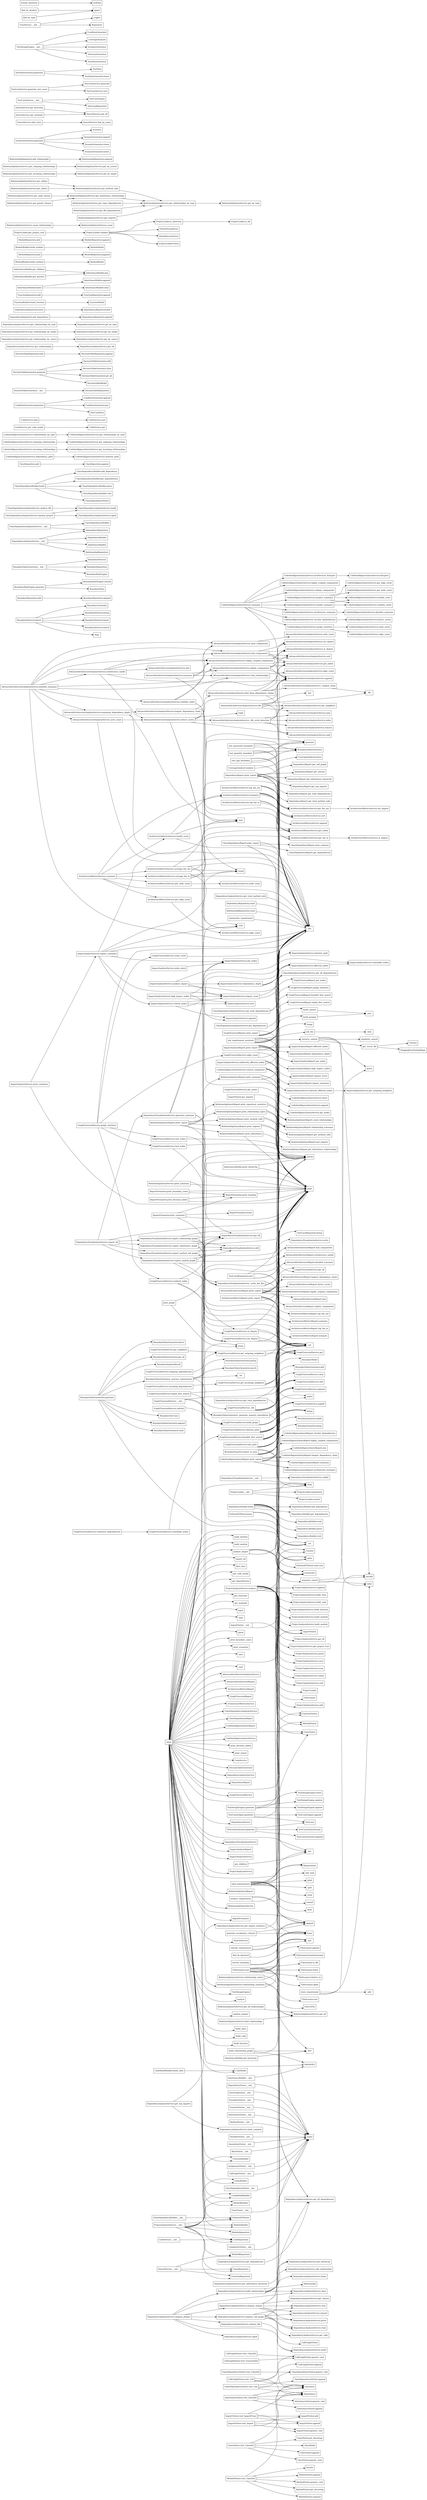
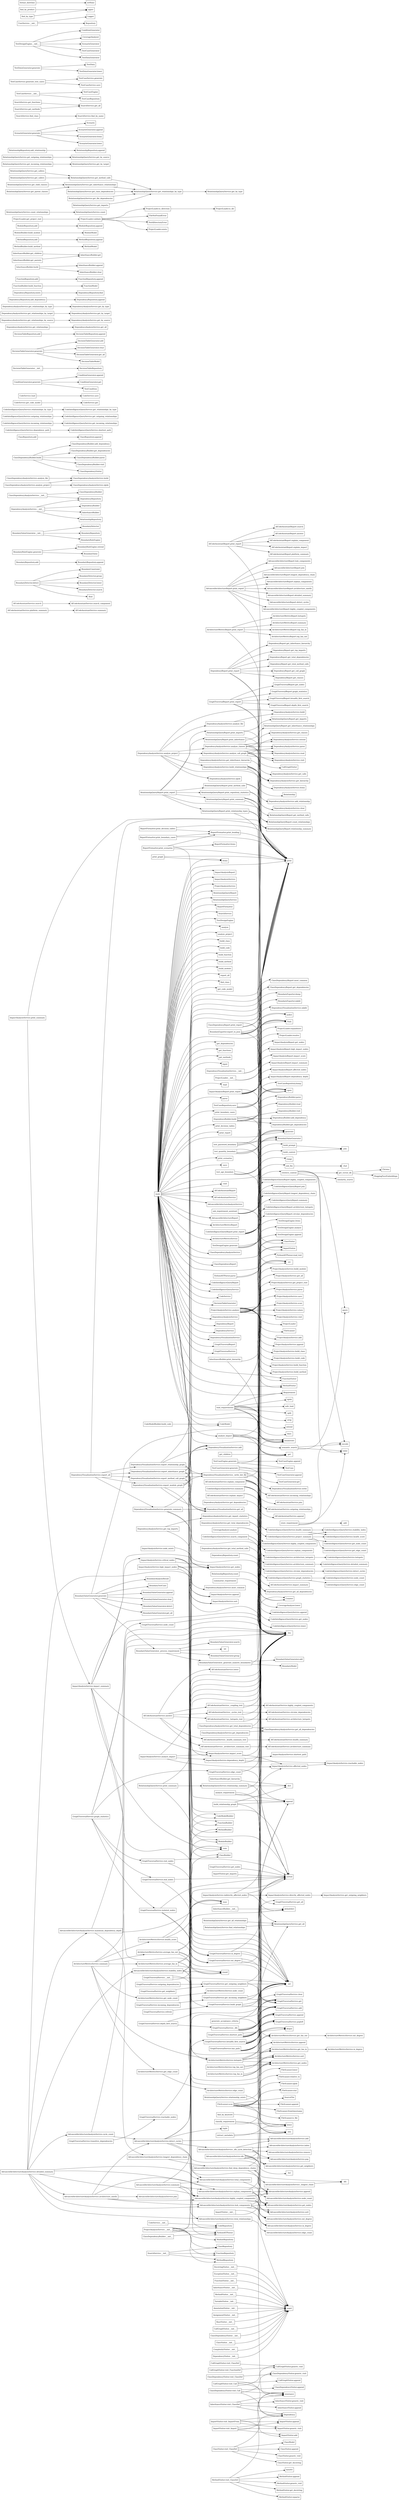
digraph "Method Call Graph" {
    rankdir=LR;
    node [shape=box];

+     "AICodeAssistantReport.print_report" -> "AICodeAssistantReport.answer";
+     "AICodeAssistantReport.print_report" -> "AICodeAssistantReport.explain_component";
+     "AICodeAssistantReport.print_report" -> "AICodeAssistantReport.explain_impact";
+     "AICodeAssistantReport.print_report" -> "AICodeAssistantReport.platform_summary";
+     "AICodeAssistantReport.print_report" -> "AICodeAssistantReport.search";
+     "AICodeAssistantReport.print_report" -> "print";
+     "AICodeAssistantService._architecture_summary_text" -> "AICodeAssistantService.architecture_summary";
+     "AICodeAssistantService._coupling_text" -> "AICodeAssistantService.highly_coupled_components";
+     "AICodeAssistantService._coupling_text" -> "len";
+     "AICodeAssistantService._cycles_text" -> "AICodeAssistantService.circular_dependencies";
+     "AICodeAssistantService._cycles_text" -> "len";
+     "AICodeAssistantService._health_summary_text" -> "AICodeAssistantService.health_summary";
+     "AICodeAssistantService._hotspots_text" -> "AICodeAssistantService.architecture_hotspots";
+     "AICodeAssistantService._hotspots_text" -> "len";
+     "AICodeAssistantService.answer" -> "AICodeAssistantService._architecture_summary_text";
+     "AICodeAssistantService.answer" -> "AICodeAssistantService._coupling_text";
+     "AICodeAssistantService.answer" -> "AICodeAssistantService._cycles_text";
+     "AICodeAssistantService.answer" -> "AICodeAssistantService._health_summary_text";
+     "AICodeAssistantService.answer" -> "AICodeAssistantService._hotspots_text";
+     "AICodeAssistantService.answer" -> "AICodeAssistantService.lower";
+     "AICodeAssistantService.explain_component" -> "AICodeAssistantService.append";
+     "AICodeAssistantService.explain_component" -> "AICodeAssistantService.incoming_relationships";
+     "AICodeAssistantService.explain_component" -> "AICodeAssistantService.join";
+     "AICodeAssistantService.explain_component" -> "AICodeAssistantService.outgoing_relationships";
+     "AICodeAssistantService.explain_component" -> "len";
+     "AICodeAssistantService.explain_impact" -> "AICodeAssistantService.impact_summary";
+     "AICodeAssistantService.explain_impact" -> "len";
+     "AICodeAssistantService.platform_summary" -> "AICodeAssistantService.summary";
+     "AICodeAssistantService.search" -> "AICodeAssistantService.search_component";
    "AdvancedArchitectureAnalysisService._dfs_cycle_detection" -> "AdvancedArchitectureAnalysisService.add";
    "AdvancedArchitectureAnalysisService._dfs_cycle_detection" -> "AdvancedArchitectureAnalysisService.append";
    "AdvancedArchitectureAnalysisService._dfs_cycle_detection" -> "AdvancedArchitectureAnalysisService.get_neighbors";
    "AdvancedArchitectureAnalysisService._dfs_cycle_detection" -> "AdvancedArchitectureAnalysisService.index";
    "AdvancedArchitectureAnalysisService._dfs_cycle_detection" -> "AdvancedArchitectureAnalysisService.pop";
    "AdvancedArchitectureAnalysisService._dfs_cycle_detection" -> "AdvancedArchitectureAnalysisService.remove";
    "AdvancedArchitectureAnalysisService._longest_chain" -> "dfs";
    "AdvancedArchitectureAnalysisService.architecture_smells" -> "AdvancedArchitectureAnalysisService.append";
    "AdvancedArchitectureAnalysisService.architecture_smells" -> "AdvancedArchitectureAnalysisService.detect_cycles";
    "AdvancedArchitectureAnalysisService.architecture_smells" -> "AdvancedArchitectureAnalysisService.highly_coupled_components";
    "AdvancedArchitectureAnalysisService.architecture_smells" -> "AdvancedArchitectureAnalysisService.hub_components";
    "AdvancedArchitectureAnalysisService.architecture_smells" -> "AdvancedArchitectureAnalysisService.join";
    "AdvancedArchitectureAnalysisService.cycle_count" -> "AdvancedArchitectureAnalysisService.detect_cycles";
    "AdvancedArchitectureAnalysisService.cycle_count" -> "len";
    "AdvancedArchitectureAnalysisService.detailed_summary" -> "AdvancedArchitectureAnalysisService.architecture_smells";
    "AdvancedArchitectureAnalysisService.detailed_summary" -> "AdvancedArchitectureAnalysisService.cycle_count";
    "AdvancedArchitectureAnalysisService.detailed_summary" -> "AdvancedArchitectureAnalysisService.highly_coupled_components";
    "AdvancedArchitectureAnalysisService.detailed_summary" -> "AdvancedArchitectureAnalysisService.hub_components";
    "AdvancedArchitectureAnalysisService.detailed_summary" -> "AdvancedArchitectureAnalysisService.maximum_dependency_depth";
    "AdvancedArchitectureAnalysisService.detailed_summary" -> "AdvancedArchitectureAnalysisService.orphan_components";
    "AdvancedArchitectureAnalysisService.detailed_summary" -> "AdvancedArchitectureAnalysisService.stability_index";
    "AdvancedArchitectureAnalysisService.detailed_summary" -> "AdvancedArchitectureAnalysisService.total_components";
    "AdvancedArchitectureAnalysisService.detailed_summary" -> "AdvancedArchitectureAnalysisService.total_relationships";
    "AdvancedArchitectureAnalysisService.detailed_summary" -> "len";
    "AdvancedArchitectureAnalysisService.detect_cycles" -> "AdvancedArchitectureAnalysisService._dfs_cycle_detection";
    "AdvancedArchitectureAnalysisService.detect_cycles" -> "AdvancedArchitectureAnalysisService.add";
    "AdvancedArchitectureAnalysisService.detect_cycles" -> "AdvancedArchitectureAnalysisService.append";
    "AdvancedArchitectureAnalysisService.detect_cycles" -> "AdvancedArchitectureAnalysisService.get_nodes";
    "AdvancedArchitectureAnalysisService.detect_cycles" -> "set";
    "AdvancedArchitectureAnalysisService.detect_cycles" -> "sorted";
    "AdvancedArchitectureAnalysisService.detect_cycles" -> "tuple";
    "AdvancedArchitectureAnalysisService.dfs" -> "AdvancedArchitectureAnalysisService.append";
    "AdvancedArchitectureAnalysisService.dfs" -> "AdvancedArchitectureAnalysisService.get_neighbors";
    "AdvancedArchitectureAnalysisService.dfs" -> "AdvancedArchitectureAnalysisService.pop";
    "AdvancedArchitectureAnalysisService.dfs" -> "dfs";
    "AdvancedArchitectureAnalysisService.dfs" -> "len";
    "AdvancedArchitectureAnalysisService.dfs" -> "list";
    "AdvancedArchitectureAnalysisService.find_deep_dependency_chains" -> "AdvancedArchitectureAnalysisService._longest_chain";
    "AdvancedArchitectureAnalysisService.find_deep_dependency_chains" -> "AdvancedArchitectureAnalysisService.append";
    "AdvancedArchitectureAnalysisService.find_deep_dependency_chains" -> "AdvancedArchitectureAnalysisService.get_nodes";
    "AdvancedArchitectureAnalysisService.find_deep_dependency_chains" -> "AdvancedArchitectureAnalysisService.sort";
    "AdvancedArchitectureAnalysisService.find_deep_dependency_chains" -> "len";
    "AdvancedArchitectureAnalysisService.highly_coupled_components" -> "AdvancedArchitectureAnalysisService.append";
    "AdvancedArchitectureAnalysisService.highly_coupled_components" -> "AdvancedArchitectureAnalysisService.get_nodes";
    "AdvancedArchitectureAnalysisService.highly_coupled_components" -> "AdvancedArchitectureAnalysisService.in_degree";
    "AdvancedArchitectureAnalysisService.highly_coupled_components" -> "AdvancedArchitectureAnalysisService.out_degree";
    "AdvancedArchitectureAnalysisService.highly_coupled_components" -> "AdvancedArchitectureAnalysisService.sort";
    "AdvancedArchitectureAnalysisService.hub_components" -> "AdvancedArchitectureAnalysisService.append";
    "AdvancedArchitectureAnalysisService.hub_components" -> "AdvancedArchitectureAnalysisService.get_nodes";
    "AdvancedArchitectureAnalysisService.hub_components" -> "AdvancedArchitectureAnalysisService.in_degree";
    "AdvancedArchitectureAnalysisService.hub_components" -> "AdvancedArchitectureAnalysisService.out_degree";
    "AdvancedArchitectureAnalysisService.hub_components" -> "AdvancedArchitectureAnalysisService.sort";
    "AdvancedArchitectureAnalysisService.longest_dependency_chain" -> "AdvancedArchitectureAnalysisService.find_deep_dependency_chains";
    "AdvancedArchitectureAnalysisService.maximum_dependency_depth" -> "AdvancedArchitectureAnalysisService.longest_dependency_chain";
    "AdvancedArchitectureAnalysisService.maximum_dependency_depth" -> "len";
    "AdvancedArchitectureAnalysisService.maximum_dependency_depth" -> "max";
    "AdvancedArchitectureAnalysisService.orphan_components" -> "AdvancedArchitectureAnalysisService.append";
    "AdvancedArchitectureAnalysisService.orphan_components" -> "AdvancedArchitectureAnalysisService.get_nodes";
    "AdvancedArchitectureAnalysisService.orphan_components" -> "AdvancedArchitectureAnalysisService.in_degree";
    "AdvancedArchitectureAnalysisService.orphan_components" -> "AdvancedArchitectureAnalysisService.out_degree";
    "AdvancedArchitectureAnalysisService.orphan_components" -> "sorted";
    "AdvancedArchitectureAnalysisService.stability_index" -> "AdvancedArchitectureAnalysisService.highly_coupled_components";
    "AdvancedArchitectureAnalysisService.stability_index" -> "AdvancedArchitectureAnalysisService.total_components";
    "AdvancedArchitectureAnalysisService.stability_index" -> "len";
    "AdvancedArchitectureAnalysisService.stability_index" -> "max";
    "AdvancedArchitectureAnalysisService.stability_index" -> "round";
    "AdvancedArchitectureAnalysisService.summary" -> "AdvancedArchitectureAnalysisService.highly_coupled_components";
    "AdvancedArchitectureAnalysisService.summary" -> "AdvancedArchitectureAnalysisService.orphan_components";
    "AdvancedArchitectureAnalysisService.summary" -> "AdvancedArchitectureAnalysisService.total_components";
    "AdvancedArchitectureAnalysisService.summary" -> "AdvancedArchitectureAnalysisService.total_relationships";
    "AdvancedArchitectureAnalysisService.summary" -> "len";
    "AdvancedArchitectureAnalysisService.total_components" -> "AdvancedArchitectureAnalysisService.node_count";
    "AdvancedArchitectureAnalysisService.total_relationships" -> "AdvancedArchitectureAnalysisService.edge_count";
    "AdvancedArchitectureReport.print_report" -> "AdvancedArchitectureReport.architecture_smells";
    "AdvancedArchitectureReport.print_report" -> "AdvancedArchitectureReport.detailed_summary";
    "AdvancedArchitectureReport.print_report" -> "AdvancedArchitectureReport.detect_cycles";
    "AdvancedArchitectureReport.print_report" -> "AdvancedArchitectureReport.highly_coupled_components";
    "AdvancedArchitectureReport.print_report" -> "AdvancedArchitectureReport.hub_components";
    "AdvancedArchitectureReport.print_report" -> "AdvancedArchitectureReport.join";
    "AdvancedArchitectureReport.print_report" -> "AdvancedArchitectureReport.longest_dependency_chain";
    "AdvancedArchitectureReport.print_report" -> "AdvancedArchitectureReport.orphan_components";
    "AdvancedArchitectureReport.print_report" -> "print";
    "AnnotationVisitor.__init__" -> "super";
    "ArchitectureMetricsReport.print_report" -> "ArchitectureMetricsReport.hotspots";
    "ArchitectureMetricsReport.print_report" -> "ArchitectureMetricsReport.summary";
    "ArchitectureMetricsReport.print_report" -> "ArchitectureMetricsReport.top_fan_in";
    "ArchitectureMetricsReport.print_report" -> "ArchitectureMetricsReport.top_fan_out";
    "ArchitectureMetricsReport.print_report" -> "print";
    "ArchitectureMetricsService.average_fan_in" -> "ArchitectureMetricsService.get_fan_in";
    "ArchitectureMetricsService.average_fan_in" -> "ArchitectureMetricsService.get_nodes";
    "ArchitectureMetricsService.average_fan_in" -> "len";
    "ArchitectureMetricsService.average_fan_in" -> "round";
    "ArchitectureMetricsService.average_fan_in" -> "sum";
    "ArchitectureMetricsService.average_fan_out" -> "ArchitectureMetricsService.get_fan_out";
    "ArchitectureMetricsService.average_fan_out" -> "ArchitectureMetricsService.get_nodes";
    "ArchitectureMetricsService.average_fan_out" -> "len";
    "ArchitectureMetricsService.average_fan_out" -> "round";
    "ArchitectureMetricsService.average_fan_out" -> "sum";
    "ArchitectureMetricsService.get_edge_count" -> "ArchitectureMetricsService.edge_count";
    "ArchitectureMetricsService.get_fan_in" -> "ArchitectureMetricsService.in_degree";
    "ArchitectureMetricsService.get_fan_out" -> "ArchitectureMetricsService.out_degree";
    "ArchitectureMetricsService.get_node_count" -> "ArchitectureMetricsService.node_count";
    "ArchitectureMetricsService.health_score" -> "ArchitectureMetricsService.hotspots";
    "ArchitectureMetricsService.health_score" -> "len";
    "ArchitectureMetricsService.health_score" -> "max";
    "ArchitectureMetricsService.hotspots" -> "ArchitectureMetricsService.append";
    "ArchitectureMetricsService.hotspots" -> "ArchitectureMetricsService.get_fan_in";
    "ArchitectureMetricsService.hotspots" -> "ArchitectureMetricsService.get_fan_out";
    "ArchitectureMetricsService.hotspots" -> "ArchitectureMetricsService.get_nodes";
    "ArchitectureMetricsService.hotspots" -> "ArchitectureMetricsService.sort";
    "ArchitectureMetricsService.summary" -> "ArchitectureMetricsService.average_fan_in";
    "ArchitectureMetricsService.summary" -> "ArchitectureMetricsService.average_fan_out";
    "ArchitectureMetricsService.summary" -> "ArchitectureMetricsService.get_edge_count";
    "ArchitectureMetricsService.summary" -> "ArchitectureMetricsService.get_node_count";
    "ArchitectureMetricsService.summary" -> "ArchitectureMetricsService.health_score";
    "ArchitectureMetricsService.summary" -> "ArchitectureMetricsService.hotspots";
    "ArchitectureMetricsService.summary" -> "len";
    "ArchitectureMetricsService.top_fan_in" -> "ArchitectureMetricsService.get_fan_in";
    "ArchitectureMetricsService.top_fan_in" -> "ArchitectureMetricsService.get_nodes";
    "ArchitectureMetricsService.top_fan_in" -> "ArchitectureMetricsService.sort";
    "ArchitectureMetricsService.top_fan_out" -> "ArchitectureMetricsService.get_fan_out";
    "ArchitectureMetricsService.top_fan_out" -> "ArchitectureMetricsService.get_nodes";
    "ArchitectureMetricsService.top_fan_out" -> "ArchitectureMetricsService.sort";
    "AssignmentVisitor.__init__" -> "super";
    "BaseVisitor.__init__" -> "super";
    "BoundaryDetector.detect" -> "BoundaryConstraint";
    "BoundaryDetector.detect" -> "BoundaryDetector.group";
    "BoundaryDetector.detect" -> "BoundaryDetector.lower";
    "BoundaryDetector.detect" -> "BoundaryDetector.search";
    "BoundaryDetector.detect" -> "float";
    "BoundaryExporter.export_to_json" -> "BoundaryExporter.dump";
    "BoundaryExporter.export_to_json" -> "BoundaryExporter.mkdir";
    "BoundaryExporter.export_to_json" -> "Path";
    "BoundaryExporter.export_to_json" -> "asdict";
    "BoundaryExporter.export_to_json" -> "open";
    "BoundaryExporter.export_to_json" -> "print";
    "BoundaryRepository.add" -> "BoundaryRepository.append";
    "BoundaryRuleEngine.generate" -> "BoundaryRuleEngine.extend";
    "BoundaryRuleEngine.generate" -> "BoundaryValue";
    "BoundaryValueGenerator.__init__" -> "BoundaryDetector";
    "BoundaryValueGenerator.__init__" -> "BoundaryRepository";
    "BoundaryValueGenerator.__init__" -> "BoundaryRuleEngine";
    "BoundaryValueGenerator._generate_numeric_boundaries" -> "BoundaryModel";
    "BoundaryValueGenerator._generate_numeric_boundaries" -> "BoundaryValueGenerator.add";
    "BoundaryValueGenerator._generate_numeric_boundaries" -> "str";
    "BoundaryValueGenerator._process_requirement" -> "BoundaryValueGenerator._generate_numeric_boundaries";
    "BoundaryValueGenerator._process_requirement" -> "BoundaryValueGenerator.group";
    "BoundaryValueGenerator._process_requirement" -> "BoundaryValueGenerator.search";
    "BoundaryValueGenerator._process_requirement" -> "int";
    "BoundaryValueGenerator.generate" -> "BoundaryAnalysisResult";
    "BoundaryValueGenerator.generate" -> "BoundaryTestCase";
    "BoundaryValueGenerator.generate" -> "BoundaryValueGenerator._process_requirement";
    "BoundaryValueGenerator.generate" -> "BoundaryValueGenerator.append";
    "BoundaryValueGenerator.generate" -> "BoundaryValueGenerator.clear";
    "BoundaryValueGenerator.generate" -> "BoundaryValueGenerator.detect";
    "BoundaryValueGenerator.generate" -> "BoundaryValueGenerator.get_all";
    "BoundaryValueGenerator.generate" -> "enumerate";
    "CallGraphVisitor.__init__" -> "super";
    "CallGraphVisitor.visit_Call" -> "CallGraphVisitor.append";
    "CallGraphVisitor.visit_Call" -> "CallGraphVisitor.generic_visit";
    "CallGraphVisitor.visit_Call" -> "Dependency";
    "CallGraphVisitor.visit_Call" -> "isinstance";
    "CallGraphVisitor.visit_ClassDef" -> "CallGraphVisitor.generic_visit";
    "CallGraphVisitor.visit_FunctionDef" -> "CallGraphVisitor.generic_visit";
    "ClassDependencyAnalysisService.__init__" -> "ClassDependencyBuilder";
    "ClassDependencyAnalysisService.__init__" -> "DependencyRepository";
    "ClassDependencyAnalysisService.analyze_file" -> "ClassDependencyAnalysisService.build";
    "ClassDependencyAnalysisService.analyze_project" -> "ClassDependencyAnalysisService.build";
    "ClassDependencyAnalysisService.analyze_project" -> "ClassDependencyAnalysisService.rglob";
    "ClassDependencyAnalysisService.get_dependencies" -> "ClassDependencyAnalysisService.get_all_dependencies";
    "ClassDependencyAnalysisService.get_total_dependencies" -> "ClassDependencyAnalysisService.get_all_dependencies";
    "ClassDependencyAnalysisService.get_total_dependencies" -> "len";
    "ClassDependencyBuilder.__init__" -> "PythonASTParser";
    "ClassDependencyBuilder.build" -> "ClassDependencyBuilder.add_dependency";
    "ClassDependencyBuilder.build" -> "ClassDependencyBuilder.get_dependencies";
    "ClassDependencyBuilder.build" -> "ClassDependencyBuilder.parse";
    "ClassDependencyBuilder.build" -> "ClassDependencyBuilder.visit";
    "ClassDependencyBuilder.build" -> "ClassDependencyVisitor";
    "ClassDependencyReport.print_report" -> "ClassDependencyReport.get_dependencies";
    "ClassDependencyReport.print_report" -> "ClassDependencyReport.most_common";
    "ClassDependencyReport.print_report" -> "Counter";
    "ClassDependencyReport.print_report" -> "len";
    "ClassDependencyReport.print_report" -> "print";
    "ClassDependencyVisitor.__init__" -> "super";
    "ClassDependencyVisitor.visit_Call" -> "ClassDependencyVisitor.append";
    "ClassDependencyVisitor.visit_Call" -> "ClassDependencyVisitor.generic_visit";
    "ClassDependencyVisitor.visit_Call" -> "Dependency";
    "ClassDependencyVisitor.visit_Call" -> "isinstance";
    "ClassDependencyVisitor.visit_ClassDef" -> "ClassDependencyVisitor.generic_visit";
    "ClassRepository.add" -> "ClassRepository.append";
    "ClassVisitor.__init__" -> "super";
    "ClassVisitor.visit_ClassDef" -> "ClassModel";
    "ClassVisitor.visit_ClassDef" -> "ClassVisitor.append";
    "ClassVisitor.visit_ClassDef" -> "ClassVisitor.generic_visit";
    "ClassVisitor.visit_ClassDef" -> "ClassVisitor.get_docstring";
    "ClassVisitor.visit_ClassDef" -> "isinstance";
    "CodeIntelligenceQueryReport.print_report" -> "CodeIntelligenceQueryReport.architecture_hotspots";
    "CodeIntelligenceQueryReport.print_report" -> "CodeIntelligenceQueryReport.circular_dependencies";
    "CodeIntelligenceQueryReport.print_report" -> "CodeIntelligenceQueryReport.highly_coupled_components";
    "CodeIntelligenceQueryReport.print_report" -> "CodeIntelligenceQueryReport.join";
    "CodeIntelligenceQueryReport.print_report" -> "CodeIntelligenceQueryReport.longest_dependency_chain";
    "CodeIntelligenceQueryReport.print_report" -> "CodeIntelligenceQueryReport.summary";
    "CodeIntelligenceQueryReport.print_report" -> "print";
    "CodeIntelligenceQueryService.architecture_hotspots" -> "CodeIntelligenceQueryService.hotspots";
    "CodeIntelligenceQueryService.architecture_summary" -> "CodeIntelligenceQueryService.detailed_summary";
    "CodeIntelligenceQueryService.circular_dependencies" -> "CodeIntelligenceQueryService.detect_cycles";
    "CodeIntelligenceQueryService.dependency_path" -> "CodeIntelligenceQueryService.shortest_path";
    "CodeIntelligenceQueryService.graph_statistics" -> "CodeIntelligenceQueryService.edge_count";
    "CodeIntelligenceQueryService.graph_statistics" -> "CodeIntelligenceQueryService.node_count";
    "CodeIntelligenceQueryService.health_summary" -> "CodeIntelligenceQueryService.health_score";
    "CodeIntelligenceQueryService.health_summary" -> "CodeIntelligenceQueryService.stability_index";
    "CodeIntelligenceQueryService.incoming_relationships" -> "CodeIntelligenceQueryService.get_incoming_relationships";
    "CodeIntelligenceQueryService.outgoing_relationships" -> "CodeIntelligenceQueryService.get_outgoing_relationships";
    "CodeIntelligenceQueryService.project_summary" -> "CodeIntelligenceQueryService.get_edge_count";
    "CodeIntelligenceQueryService.project_summary" -> "CodeIntelligenceQueryService.get_node_count";
    "CodeIntelligenceQueryService.project_summary" -> "CodeIntelligenceQueryService.health_score";
    "CodeIntelligenceQueryService.project_summary" -> "CodeIntelligenceQueryService.stability_index";
    "CodeIntelligenceQueryService.relationships_by_type" -> "CodeIntelligenceQueryService.get_relationships_by_type";
    "CodeIntelligenceQueryService.search_component" -> "CodeIntelligenceQueryService.append";
    "CodeIntelligenceQueryService.search_component" -> "CodeIntelligenceQueryService.get_nodes";
    "CodeIntelligenceQueryService.search_component" -> "CodeIntelligenceQueryService.lower";
    "CodeIntelligenceQueryService.search_component" -> "sorted";
    "CodeIntelligenceQueryService.summary" -> "CodeIntelligenceQueryService.architecture_hotspots";
    "CodeIntelligenceQueryService.summary" -> "CodeIntelligenceQueryService.architecture_summary";
    "CodeIntelligenceQueryService.summary" -> "CodeIntelligenceQueryService.circular_dependencies";
    "CodeIntelligenceQueryService.summary" -> "CodeIntelligenceQueryService.graph_statistics";
    "CodeIntelligenceQueryService.summary" -> "CodeIntelligenceQueryService.health_summary";
    "CodeIntelligenceQueryService.summary" -> "CodeIntelligenceQueryService.highly_coupled_components";
    "CodeIntelligenceQueryService.summary" -> "CodeIntelligenceQueryService.orphan_components";
    "CodeIntelligenceQueryService.summary" -> "CodeIntelligenceQueryService.project_summary";
    "CodeIntelligenceQueryService.summary" -> "len";
    "CodeModelBuilder.build_code" -> "CodeModel";
    "CodeService.__init__" -> "CodeRepository";
    "CodeService.get_code_model" -> "CodeService.get";
    "CodeService.load" -> "CodeService.save";
    "ComplexityVisitor.__init__" -> "super";
    "ConditionGenerator.generate" -> "ConditionGenerator.append";
    "ConditionGenerator.generate" -> "ConditionGenerator.get";
    "ConditionGenerator.generate" -> "TestCondition";
    "CoverageAnalyzer.analyze" -> "CoverageAnalyzer.lower";
    "CoverageAnalyzer.analyze" -> "len";
    "DecisionTableGenerator.__init__" -> "DecisionTableRepository";
    "DecisionTableGenerator.generate" -> "DecisionTableGenerator.add";
    "DecisionTableGenerator.generate" -> "DecisionTableGenerator.clear";
    "DecisionTableGenerator.generate" -> "DecisionTableGenerator.get_all";
    "DecisionTableGenerator.generate" -> "DecisionTableModel";
    "DecisionTableRepository.add" -> "DecisionTableRepository.append";
    "DependencyAnalysisService.__init__" -> "DependencyBuilder";
    "DependencyAnalysisService.__init__" -> "DependencyRepository";
    "DependencyAnalysisService.__init__" -> "InheritanceBuilder";
    "DependencyAnalysisService.__init__" -> "RelationshipRepository";
    "DependencyAnalysisService.analyze_call_graph" -> "CallGraphVisitor";
    "DependencyAnalysisService.analyze_call_graph" -> "DependencyAnalysisService.extend";
    "DependencyAnalysisService.analyze_call_graph" -> "DependencyAnalysisService.get_calls";
    "DependencyAnalysisService.analyze_call_graph" -> "DependencyAnalysisService.parse";
    "DependencyAnalysisService.analyze_call_graph" -> "DependencyAnalysisService.read";
    "DependencyAnalysisService.analyze_call_graph" -> "DependencyAnalysisService.visit";
    "DependencyAnalysisService.analyze_call_graph" -> "open";
    "DependencyAnalysisService.analyze_classes" -> "ClassVisitor";
    "DependencyAnalysisService.analyze_classes" -> "DependencyAnalysisService.extend";
    "DependencyAnalysisService.analyze_classes" -> "DependencyAnalysisService.get_classes";
    "DependencyAnalysisService.analyze_classes" -> "DependencyAnalysisService.parse";
    "DependencyAnalysisService.analyze_classes" -> "DependencyAnalysisService.read";
    "DependencyAnalysisService.analyze_classes" -> "DependencyAnalysisService.visit";
    "DependencyAnalysisService.analyze_classes" -> "open";
    "DependencyAnalysisService.analyze_file" -> "DependencyAnalysisService.build";
    "DependencyAnalysisService.analyze_project" -> "DependencyAnalysisService.analyze_call_graph";
    "DependencyAnalysisService.analyze_project" -> "DependencyAnalysisService.analyze_classes";
    "DependencyAnalysisService.analyze_project" -> "DependencyAnalysisService.analyze_file";
    "DependencyAnalysisService.analyze_project" -> "DependencyAnalysisService.build";
    "DependencyAnalysisService.analyze_project" -> "DependencyAnalysisService.build_relationships";
    "DependencyAnalysisService.analyze_project" -> "DependencyAnalysisService.clear";
    "DependencyAnalysisService.analyze_project" -> "DependencyAnalysisService.rglob";
    "DependencyAnalysisService.build_relationships" -> "DependencyAnalysisService.add_relationship";
    "DependencyAnalysisService.build_relationships" -> "DependencyAnalysisService.clear";
    "DependencyAnalysisService.build_relationships" -> "DependencyAnalysisService.get_all_dependencies";
    "DependencyAnalysisService.build_relationships" -> "DependencyAnalysisService.get_hierarchy";
    "DependencyAnalysisService.build_relationships" -> "DependencyAnalysisService.items";
    "DependencyAnalysisService.build_relationships" -> "Relationship";
    "DependencyAnalysisService.get_dependencies" -> "DependencyAnalysisService.get_all_dependencies";
    "DependencyAnalysisService.get_import_statistics" -> "Counter";
    "DependencyAnalysisService.get_import_statistics" -> "DependencyAnalysisService.get_all_dependencies";
    "DependencyAnalysisService.get_inheritance_hierarchy" -> "DependencyAnalysisService.get_hierarchy";
    "DependencyAnalysisService.get_relationships" -> "DependencyAnalysisService.get_all";
    "DependencyAnalysisService.get_relationships_by_source" -> "DependencyAnalysisService.get_by_source";
    "DependencyAnalysisService.get_relationships_by_target" -> "DependencyAnalysisService.get_by_target";
    "DependencyAnalysisService.get_relationships_by_type" -> "DependencyAnalysisService.get_by_type";
    "DependencyAnalysisService.get_top_imports" -> "DependencyAnalysisService.get_import_statistics";
    "DependencyAnalysisService.get_top_imports" -> "DependencyAnalysisService.most_common";
    "DependencyAnalysisService.get_total_dependencies" -> "DependencyAnalysisService.get_all_dependencies";
    "DependencyAnalysisService.get_total_dependencies" -> "len";
    "DependencyAnalysisService.get_total_method_calls" -> "len";
    "DependencyBuilder.build" -> "DependencyBuilder.add_dependency";
    "DependencyBuilder.build" -> "DependencyBuilder.get_dependencies";
    "DependencyBuilder.build" -> "DependencyBuilder.parse";
    "DependencyBuilder.build" -> "DependencyBuilder.read";
    "DependencyBuilder.build" -> "DependencyBuilder.visit";
    "DependencyBuilder.build" -> "ImportVisitor";
    "DependencyBuilder.build" -> "open";
    "DependencyBuilder.build" -> "str";
    "DependencyReport.print_report" -> "DependencyReport.get_call_graph";
    "DependencyReport.print_report" -> "DependencyReport.get_classes";
    "DependencyReport.print_report" -> "DependencyReport.get_inheritance_hierarchy";
    "DependencyReport.print_report" -> "DependencyReport.get_top_imports";
    "DependencyReport.print_report" -> "DependencyReport.get_total_dependencies";
    "DependencyReport.print_report" -> "DependencyReport.get_total_method_calls";
    "DependencyReport.print_report" -> "len";
    "DependencyReport.print_report" -> "print";
    "DependencyReport.print_report" -> "sorted";
    "DependencyRepository.add_dependency" -> "DependencyRepository.append";
    "DependencyRepository.count" -> "len";
    "DependencyRepository.exists" -> "DependencyRepository.find";
    "DependencyVisitor.__init__" -> "super";
    "DependencyVisualizationService.__init__" -> "DependencyVisualizationService.mkdir";
    "DependencyVisualizationService.__init__" -> "Path";
    "DependencyVisualizationService._write_dot_file" -> "DependencyVisualizationService.write";
    "DependencyVisualizationService._write_dot_file" -> "open";
    "DependencyVisualizationService._write_dot_file" -> "sorted";
    "DependencyVisualizationService.export_all" -> "DependencyVisualizationService.export_inheritance_graph";
    "DependencyVisualizationService.export_all" -> "DependencyVisualizationService.export_method_call_graph";
    "DependencyVisualizationService.export_all" -> "DependencyVisualizationService.export_module_graph";
    "DependencyVisualizationService.export_all" -> "DependencyVisualizationService.export_relationship_graph";
    "DependencyVisualizationService.export_all" -> "DependencyVisualizationService.generate_summary";
    "DependencyVisualizationService.export_all" -> "print";
    "DependencyVisualizationService.export_inheritance_graph" -> "DependencyVisualizationService._write_dot_file";
    "DependencyVisualizationService.export_inheritance_graph" -> "DependencyVisualizationService.add";
    "DependencyVisualizationService.export_inheritance_graph" -> "DependencyVisualizationService.get_all";
    "DependencyVisualizationService.export_inheritance_graph" -> "print";
    "DependencyVisualizationService.export_inheritance_graph" -> "set";
    "DependencyVisualizationService.export_method_call_graph" -> "DependencyVisualizationService._write_dot_file";
    "DependencyVisualizationService.export_method_call_graph" -> "DependencyVisualizationService.add";
    "DependencyVisualizationService.export_method_call_graph" -> "DependencyVisualizationService.get_all";
    "DependencyVisualizationService.export_method_call_graph" -> "print";
    "DependencyVisualizationService.export_method_call_graph" -> "set";
    "DependencyVisualizationService.export_module_graph" -> "DependencyVisualizationService._write_dot_file";
    "DependencyVisualizationService.export_module_graph" -> "DependencyVisualizationService.add";
    "DependencyVisualizationService.export_module_graph" -> "DependencyVisualizationService.get_all";
    "DependencyVisualizationService.export_module_graph" -> "print";
    "DependencyVisualizationService.export_module_graph" -> "set";
    "DependencyVisualizationService.export_relationship_graph" -> "DependencyVisualizationService._write_dot_file";
    "DependencyVisualizationService.export_relationship_graph" -> "DependencyVisualizationService.add";
    "DependencyVisualizationService.export_relationship_graph" -> "DependencyVisualizationService.get_all";
    "DependencyVisualizationService.export_relationship_graph" -> "print";
    "DependencyVisualizationService.export_relationship_graph" -> "set";
    "DependencyVisualizationService.generate_summary" -> "DependencyVisualizationService.get_all";
    "DependencyVisualizationService.generate_summary" -> "len";
    "DependencyVisualizationService.generate_summary" -> "print";
    "DependencyVisualizationService.generate_summary" -> "sum";
    "DocstringVisitor.__init__" -> "super";
    "ExceptionVisitor.__init__" -> "super";
    "FileScanner.scan" -> "FileScanner.append";
    "FileScanner.scan" -> "FileScanner.fromtimestamp";
    "FileScanner.scan" -> "FileScanner.is_file";
    "FileScanner.scan" -> "FileScanner.lower";
    "FileScanner.scan" -> "FileScanner.relative_to";
    "FileScanner.scan" -> "FileScanner.rglob";
    "FileScanner.scan" -> "FileScanner.stat";
    "FileScanner.scan" -> "SourceFile";
    "FileScanner.scan" -> "any";
    "FunctionBuilder.build_function" -> "FunctionModel";
    "FunctionRepository.add" -> "FunctionRepository.append";
    "FunctionVisitor.__init__" -> "super";
    "GraphTraversalReport.print_report" -> "GraphTraversalReport.breadth_first_search";
    "GraphTraversalReport.print_report" -> "GraphTraversalReport.depth_first_search";
    "GraphTraversalReport.print_report" -> "GraphTraversalReport.get_nodes";
    "GraphTraversalReport.print_report" -> "GraphTraversalReport.graph_statistics";
    "GraphTraversalReport.print_report" -> "len";
    "GraphTraversalReport.print_report" -> "print";
    "GraphTraversalService.__init__" -> "GraphTraversalService.build_graph";
    "GraphTraversalService.__init__" -> "defaultdict";
    "GraphTraversalService.__init__" -> "set";
    "GraphTraversalService._dfs" -> "GraphTraversalService.add";
    "GraphTraversalService._dfs" -> "GraphTraversalService.append";
    "GraphTraversalService._dfs" -> "GraphTraversalService.get";
    "GraphTraversalService._dfs" -> "set";
    "GraphTraversalService._dfs" -> "sorted";
    "GraphTraversalService.breadth_first_search" -> "GraphTraversalService.add";
    "GraphTraversalService.breadth_first_search" -> "GraphTraversalService.append";
    "GraphTraversalService.breadth_first_search" -> "GraphTraversalService.get";
    "GraphTraversalService.breadth_first_search" -> "GraphTraversalService.popleft";
    "GraphTraversalService.breadth_first_search" -> "deque";
    "GraphTraversalService.breadth_first_search" -> "set";
    "GraphTraversalService.breadth_first_search" -> "sorted";
    "GraphTraversalService.build_graph" -> "GraphTraversalService.add";
    "GraphTraversalService.build_graph" -> "GraphTraversalService.clear";
    "GraphTraversalService.build_graph" -> "GraphTraversalService.get_all";
    "GraphTraversalService.depth_first_search" -> "GraphTraversalService._dfs";
    "GraphTraversalService.depth_first_search" -> "set";
    "GraphTraversalService.edge_count" -> "GraphTraversalService.get_all";
    "GraphTraversalService.edge_count" -> "len";
    "GraphTraversalService.get_incoming_neighbors" -> "GraphTraversalService.get";
    "GraphTraversalService.get_incoming_neighbors" -> "set";
    "GraphTraversalService.get_incoming_neighbors" -> "sorted";
    "GraphTraversalService.get_neighbors" -> "GraphTraversalService.get_outgoing_neighbors";
    "GraphTraversalService.get_nodes" -> "sorted";
    "GraphTraversalService.get_outgoing_neighbors" -> "GraphTraversalService.get";
    "GraphTraversalService.get_outgoing_neighbors" -> "set";
    "GraphTraversalService.get_outgoing_neighbors" -> "sorted";
    "GraphTraversalService.graph_statistics" -> "GraphTraversalService.edge_count";
    "GraphTraversalService.graph_statistics" -> "GraphTraversalService.isolated_nodes";
    "GraphTraversalService.graph_statistics" -> "GraphTraversalService.leaf_nodes";
    "GraphTraversalService.graph_statistics" -> "GraphTraversalService.node_count";
    "GraphTraversalService.graph_statistics" -> "GraphTraversalService.root_nodes";
    "GraphTraversalService.graph_statistics" -> "len";
    "GraphTraversalService.has_path" -> "GraphTraversalService.add";
    "GraphTraversalService.has_path" -> "GraphTraversalService.append";
    "GraphTraversalService.has_path" -> "GraphTraversalService.get";
    "GraphTraversalService.has_path" -> "GraphTraversalService.popleft";
    "GraphTraversalService.has_path" -> "deque";
    "GraphTraversalService.has_path" -> "set";
    "GraphTraversalService.in_degree" -> "GraphTraversalService.get";
    "GraphTraversalService.in_degree" -> "len";
    "GraphTraversalService.in_degree" -> "set";
    "GraphTraversalService.incoming_dependencies" -> "GraphTraversalService.get_incoming_neighbors";
    "GraphTraversalService.isolated_nodes" -> "GraphTraversalService.in_degree";
    "GraphTraversalService.isolated_nodes" -> "GraphTraversalService.out_degree";
    "GraphTraversalService.isolated_nodes" -> "sorted";
    "GraphTraversalService.leaf_nodes" -> "GraphTraversalService.out_degree";
    "GraphTraversalService.leaf_nodes" -> "sorted";
    "GraphTraversalService.node_count" -> "len";
    "GraphTraversalService.out_degree" -> "GraphTraversalService.get";
    "GraphTraversalService.out_degree" -> "len";
    "GraphTraversalService.out_degree" -> "set";
    "GraphTraversalService.outgoing_dependencies" -> "GraphTraversalService.get_outgoing_neighbors";
    "GraphTraversalService.reachable_nodes" -> "GraphTraversalService.breadth_first_search";
    "GraphTraversalService.refresh" -> "GraphTraversalService.build_graph";
    "GraphTraversalService.root_nodes" -> "GraphTraversalService.in_degree";
    "GraphTraversalService.root_nodes" -> "sorted";
    "GraphTraversalService.shortest_path" -> "GraphTraversalService.add";
    "GraphTraversalService.shortest_path" -> "GraphTraversalService.append";
    "GraphTraversalService.shortest_path" -> "GraphTraversalService.get";
    "GraphTraversalService.shortest_path" -> "GraphTraversalService.popleft";
    "GraphTraversalService.shortest_path" -> "deque";
    "GraphTraversalService.shortest_path" -> "set";
    "GraphTraversalService.shortest_path" -> "sorted";
    "GraphTraversalService.transitive_dependencies" -> "GraphTraversalService.reachable_nodes";
    "ImpactAnalysisReport.print_report" -> "ImpactAnalysisReport.affected_nodes";
    "ImpactAnalysisReport.print_report" -> "ImpactAnalysisReport.dependency_depth";
    "ImpactAnalysisReport.print_report" -> "ImpactAnalysisReport.get_nodes";
    "ImpactAnalysisReport.print_report" -> "ImpactAnalysisReport.high_impact_nodes";
    "ImpactAnalysisReport.print_report" -> "ImpactAnalysisReport.impact_score";
    "ImpactAnalysisReport.print_report" -> "ImpactAnalysisReport.impact_summary";
    "ImpactAnalysisReport.print_report" -> "len";
    "ImpactAnalysisReport.print_report" -> "print";
    "ImpactAnalysisService.affected_nodes" -> "ImpactAnalysisService.reachable_nodes";
    "ImpactAnalysisService.analyze_impact" -> "ImpactAnalysisService.affected_nodes";
    "ImpactAnalysisService.analyze_impact" -> "ImpactAnalysisService.dependency_depth";
    "ImpactAnalysisService.analyze_impact" -> "ImpactAnalysisService.impact_score";
    "ImpactAnalysisService.analyze_impact" -> "len";
    "ImpactAnalysisService.critical_nodes" -> "ImpactAnalysisService.append";
    "ImpactAnalysisService.critical_nodes" -> "ImpactAnalysisService.get_nodes";
    "ImpactAnalysisService.critical_nodes" -> "ImpactAnalysisService.impact_score";
    "ImpactAnalysisService.critical_nodes" -> "ImpactAnalysisService.sort";
    "ImpactAnalysisService.dependency_depth" -> "ImpactAnalysisService.reachable_nodes";
    "ImpactAnalysisService.dependency_depth" -> "ImpactAnalysisService.shortest_path";
    "ImpactAnalysisService.dependency_depth" -> "len";
    "ImpactAnalysisService.directly_affected_nodes" -> "ImpactAnalysisService.get_outgoing_neighbors";
    "ImpactAnalysisService.high_impact_nodes" -> "ImpactAnalysisService.append";
    "ImpactAnalysisService.high_impact_nodes" -> "ImpactAnalysisService.get_nodes";
    "ImpactAnalysisService.high_impact_nodes" -> "ImpactAnalysisService.impact_score";
    "ImpactAnalysisService.high_impact_nodes" -> "ImpactAnalysisService.sort";
    "ImpactAnalysisService.impact_score" -> "ImpactAnalysisService.affected_nodes";
    "ImpactAnalysisService.impact_score" -> "len";
    "ImpactAnalysisService.impact_summary" -> "ImpactAnalysisService.critical_nodes";
    "ImpactAnalysisService.impact_summary" -> "ImpactAnalysisService.get_nodes";
    "ImpactAnalysisService.impact_summary" -> "ImpactAnalysisService.impact_score";
    "ImpactAnalysisService.impact_summary" -> "len";
    "ImpactAnalysisService.impact_summary" -> "max";
    "ImpactAnalysisService.impact_summary" -> "round";
    "ImpactAnalysisService.impact_summary" -> "sum";
    "ImpactAnalysisService.indirectly_affected_nodes" -> "ImpactAnalysisService.affected_nodes";
    "ImpactAnalysisService.indirectly_affected_nodes" -> "ImpactAnalysisService.directly_affected_nodes";
    "ImpactAnalysisService.indirectly_affected_nodes" -> "set";
    "ImpactAnalysisService.indirectly_affected_nodes" -> "sorted";
    "ImpactAnalysisService.node_exists" -> "ImpactAnalysisService.get_nodes";
    "ImpactAnalysisService.print_summary" -> "ImpactAnalysisService.impact_summary";
    "ImpactAnalysisService.print_summary" -> "print";
    "ImportVisitor.__init__" -> "set";
    "ImportVisitor.__init__" -> "super";
    "ImportVisitor.get_imports" -> "sorted";
    "ImportVisitor.visit_Import" -> "Dependency";
    "ImportVisitor.visit_Import" -> "ImportVisitor.add";
    "ImportVisitor.visit_Import" -> "ImportVisitor.append";
    "ImportVisitor.visit_Import" -> "ImportVisitor.generic_visit";
    "ImportVisitor.visit_ImportFrom" -> "Dependency";
    "ImportVisitor.visit_ImportFrom" -> "ImportVisitor.add";
    "ImportVisitor.visit_ImportFrom" -> "ImportVisitor.append";
    "ImportVisitor.visit_ImportFrom" -> "ImportVisitor.generic_visit";
    "InheritanceBuilder.__init__" -> "defaultdict";
    "InheritanceBuilder.build" -> "InheritanceBuilder.append";
    "InheritanceBuilder.build" -> "InheritanceBuilder.clear";
    "InheritanceBuilder.get_children" -> "InheritanceBuilder.get";
    "InheritanceBuilder.get_hierarchy" -> "dict";
    "InheritanceBuilder.get_parents" -> "InheritanceBuilder.get";
    "InheritanceBuilder.print_hierarchy" -> "print";
    "InheritanceBuilder.print_hierarchy" -> "sorted";
    "InheritanceVisitor.__init__" -> "super";
    "InheritanceVisitor.visit_ClassDef" -> "Dependency";
    "InheritanceVisitor.visit_ClassDef" -> "InheritanceVisitor.append";
    "InheritanceVisitor.visit_ClassDef" -> "InheritanceVisitor.generic_visit";
    "InheritanceVisitor.visit_ClassDef" -> "isinstance";
    "MethodBuilder.build_method" -> "MethodModel";
    "MethodRepository.add" -> "MethodRepository.append";
    "MethodVisitor.__init__" -> "super";
    "MethodVisitor.visit_ClassDef" -> "MethodVisitor.append";
    "MethodVisitor.visit_ClassDef" -> "MethodVisitor.generic_visit";
    "MethodVisitor.visit_ClassDef" -> "MethodVisitor.get_docstring";
    "MethodVisitor.visit_ClassDef" -> "MethodVisitor.unparse";
    "MethodVisitor.visit_ClassDef" -> "hasattr";
    "MethodVisitor.visit_ClassDef" -> "isinstance";
    "ModuleBuilder.build_module" -> "ModuleModel";
    "ModuleRepository.add" -> "ModuleRepository.append";
    "ProjectAnalysisService.__init__" -> "ClassBuilder";
    "ProjectAnalysisService.__init__" -> "ClassRepository";
    "ProjectAnalysisService.__init__" -> "CodeModelBuilder";
    "ProjectAnalysisService.__init__" -> "CodeRepository";
    "ProjectAnalysisService.__init__" -> "FunctionBuilder";
    "ProjectAnalysisService.__init__" -> "FunctionRepository";
    "ProjectAnalysisService.__init__" -> "MethodBuilder";
    "ProjectAnalysisService.__init__" -> "MethodRepository";
    "ProjectAnalysisService.__init__" -> "ModuleBuilder";
    "ProjectAnalysisService.__init__" -> "ModuleRepository";
    "ProjectAnalysisService.__init__" -> "PythonASTParser";
    "ProjectAnalysisService.analyze" -> "ClassVisitor";
    "ProjectAnalysisService.analyze" -> "FileScanner";
    "ProjectAnalysisService.analyze" -> "FunctionVisitor";
    "ProjectAnalysisService.analyze" -> "ImportVisitor";
    "ProjectAnalysisService.analyze" -> "MethodVisitor";
    "ProjectAnalysisService.analyze" -> "ProjectAnalysisService.add";
    "ProjectAnalysisService.analyze" -> "ProjectAnalysisService.append";
    "ProjectAnalysisService.analyze" -> "ProjectAnalysisService.build_class";
    "ProjectAnalysisService.analyze" -> "ProjectAnalysisService.build_code";
    "ProjectAnalysisService.analyze" -> "ProjectAnalysisService.build_function";
    "ProjectAnalysisService.analyze" -> "ProjectAnalysisService.build_method";
    "ProjectAnalysisService.analyze" -> "ProjectAnalysisService.build_module";
    "ProjectAnalysisService.analyze" -> "ProjectAnalysisService.get_all";
    "ProjectAnalysisService.analyze" -> "ProjectAnalysisService.get_project_root";
    "ProjectAnalysisService.analyze" -> "ProjectAnalysisService.parse";
    "ProjectAnalysisService.analyze" -> "ProjectAnalysisService.save";
    "ProjectAnalysisService.analyze" -> "ProjectAnalysisService.scan";
    "ProjectAnalysisService.analyze" -> "ProjectAnalysisService.values";
    "ProjectAnalysisService.analyze" -> "ProjectAnalysisService.visit";
    "ProjectAnalysisService.analyze" -> "ProjectLoader";
    "ProjectAnalysisService.analyze" -> "str";
    "ProjectLoader.__init__" -> "Path";
    "ProjectLoader.__init__" -> "ProjectLoader.expanduser";
    "ProjectLoader.__init__" -> "ProjectLoader.resolve";
    "ProjectLoader.get_project_root" -> "ProjectLoader.validate";
    "ProjectLoader.is_directory" -> "ProjectLoader.is_dir";
    "ProjectLoader.validate" -> "FileNotFoundError";
    "ProjectLoader.validate" -> "NotADirectoryError";
    "ProjectLoader.validate" -> "ProjectLoader.exists";
    "ProjectLoader.validate" -> "ProjectLoader.is_directory";
    "PythonASTParser.parse" -> "PythonASTParser.read_text";
    "PythonASTParser.parse" -> "str";
    "RelationshipQueryReport.print_imports" -> "RelationshipQueryReport.get_imports";
    "RelationshipQueryReport.print_imports" -> "print";
    "RelationshipQueryReport.print_inheritance" -> "RelationshipQueryReport.get_inheritance_relationships";
    "RelationshipQueryReport.print_inheritance" -> "print";
    "RelationshipQueryReport.print_method_calls" -> "RelationshipQueryReport.get_method_calls";
    "RelationshipQueryReport.print_method_calls" -> "print";
    "RelationshipQueryReport.print_relationship_types" -> "RelationshipQueryReport.relationship_summary";
    "RelationshipQueryReport.print_relationship_types" -> "print";
    "RelationshipQueryReport.print_relationship_types" -> "sorted";
    "RelationshipQueryReport.print_report" -> "RelationshipQueryReport.print_imports";
    "RelationshipQueryReport.print_report" -> "RelationshipQueryReport.print_inheritance";
    "RelationshipQueryReport.print_report" -> "RelationshipQueryReport.print_method_calls";
    "RelationshipQueryReport.print_report" -> "RelationshipQueryReport.print_relationship_types";
    "RelationshipQueryReport.print_report" -> "RelationshipQueryReport.print_repository_statistics";
    "RelationshipQueryReport.print_report" -> "RelationshipQueryReport.print_summary";
    "RelationshipQueryReport.print_report" -> "print";
    "RelationshipQueryReport.print_repository_statistics" -> "RelationshipQueryReport.count_relationships";
    "RelationshipQueryReport.print_repository_statistics" -> "print";
    "RelationshipQueryReport.print_summary" -> "RelationshipQueryReport.count_relationships";
    "RelationshipQueryReport.print_summary" -> "RelationshipQueryReport.relationship_summary";
    "RelationshipQueryReport.print_summary" -> "len";
    "RelationshipQueryReport.print_summary" -> "print";
    "RelationshipQueryService.count_relationships" -> "RelationshipQueryService.count";
    "RelationshipQueryService.find_relationships" -> "RelationshipQueryService.get_all";
    "RelationshipQueryService.get_all_relationships" -> "RelationshipQueryService.get_all";
    "RelationshipQueryService.get_callees" -> "RelationshipQueryService.get_method_calls";
    "RelationshipQueryService.get_callers" -> "RelationshipQueryService.get_method_calls";
    "RelationshipQueryService.get_child_classes" -> "RelationshipQueryService.get_inheritance_relationships";
    "RelationshipQueryService.get_class_dependencies" -> "RelationshipQueryService.get_relationships_by_type";
    "RelationshipQueryService.get_file_dependencies" -> "RelationshipQueryService.get_relationships_by_type";
    "RelationshipQueryService.get_imports" -> "RelationshipQueryService.get_relationships_by_type";
    "RelationshipQueryService.get_incoming_relationships" -> "RelationshipQueryService.get_by_target";
    "RelationshipQueryService.get_inheritance_relationships" -> "RelationshipQueryService.get_relationships_by_type";
    "RelationshipQueryService.get_method_calls" -> "RelationshipQueryService.get_relationships_by_type";
    "RelationshipQueryService.get_outgoing_relationships" -> "RelationshipQueryService.get_by_source";
    "RelationshipQueryService.get_parent_classes" -> "RelationshipQueryService.get_inheritance_relationships";
    "RelationshipQueryService.get_relationships_by_type" -> "RelationshipQueryService.get_by_type";
    "RelationshipQueryService.print_summary" -> "RelationshipQueryService.relationship_summary";
    "RelationshipQueryService.print_summary" -> "print";
    "RelationshipQueryService.print_summary" -> "sorted";
    "RelationshipQueryService.relationship_exists" -> "RelationshipQueryService.get_all";
    "RelationshipQueryService.relationship_exists" -> "any";
    "RelationshipQueryService.relationship_summary" -> "Counter";
    "RelationshipQueryService.relationship_summary" -> "RelationshipQueryService.get_all";
    "RelationshipQueryService.relationship_summary" -> "dict";
    "RelationshipRepository.add_relationship" -> "RelationshipRepository.append";
    "RelationshipRepository.count" -> "len";
    "ReportFormatter.print_boundary_cases" -> "ReportFormatter.print_heading";
    "ReportFormatter.print_boundary_cases" -> "print";
    "ReportFormatter.print_decision_tables" -> "ReportFormatter.print_heading";
    "ReportFormatter.print_decision_tables" -> "print";
    "ReportFormatter.print_heading" -> "print";
    "ReportFormatter.print_scenarios" -> "ReportFormatter.items";
    "ReportFormatter.print_scenarios" -> "ReportFormatter.print_heading";
    "ReportFormatter.print_scenarios" -> "enumerate";
    "ReportFormatter.print_scenarios" -> "print";
    "ScenarioGenerator.generate" -> "Scenario";
    "ScenarioGenerator.generate" -> "ScenarioGenerator.append";
    "ScenarioGenerator.generate" -> "ScenarioGenerator.items";
    "ScenarioGenerator.generate" -> "ScenarioGenerator.lower";
    "SearchService.__init__" -> "ClassRepository";
    "SearchService.__init__" -> "FunctionRepository";
    "SearchService.__init__" -> "MethodRepository";
    "SearchService.find_class" -> "SearchService.find_by_name";
    "SearchService.get_functions" -> "SearchService.get_all";
    "SearchService.get_methods" -> "SearchService.get_all";
    "TestCaseEngine.generate" -> "TestCase";
    "TestCaseEngine.generate" -> "TestCaseEngine.append";
    "TestCaseEngine.generate" -> "enumerate";
    "TestCaseGenerator.generate" -> "TestCase";
    "TestCaseGenerator.generate" -> "TestCaseGenerator.append";
    "TestCaseGenerator.generate" -> "TestCaseGenerator.get";
    "TestCaseRepository.save" -> "TestCaseRepository.dump";
    "TestCaseRepository.save" -> "asdict";
    "TestCaseRepository.save" -> "len";
    "TestCaseRepository.save" -> "open";
    "TestCaseRepository.save" -> "print";
    "TestCaseService.__init__" -> "TestCaseEngine";
    "TestCaseService.__init__" -> "TestCaseRepository";
    "TestCaseService.generate_test_cases" -> "TestCaseService.generate";
    "TestCaseService.generate_test_cases" -> "TestCaseService.save";
    "TestDataGenerator.generate" -> "TestData";
    "TestDataGenerator.generate" -> "TestDataGenerator.lower";
    "TestDesignEngine.__init__" -> "ConditionGenerator";
    "TestDesignEngine.__init__" -> "CoverageAnalyzer";
    "TestDesignEngine.__init__" -> "ScenarioGenerator";
    "TestDesignEngine.__init__" -> "TestCaseGenerator";
    "TestDesignEngine.__init__" -> "TestDataGenerator";
    "TestDesignEngine.generate" -> "TestDesignEngine.analyze";
    "TestDesignEngine.generate" -> "TestDesignEngine.append";
    "TestDesignEngine.generate" -> "TestDesignEngine.items";
    "TestDesignEngine.generate" -> "print";
    "UserService.__init__" -> "Logger";
    "UserService.__init__" -> "Repository";
    "VariableVisitor.__init__" -> "super";
    "analyze_impact" -> "enumerate";
    "analyze_impact" -> "get";
    "analyze_impact" -> "len";
    "analyze_impact" -> "print";
    "analyze_impact" -> "semantic_search";
    "analyze_requirement" -> "append";
    "analyze_requirement" -> "len";
    "analyze_requirement" -> "lower";
    "ask_llm" -> "chat";
    "ask_requirement_assistant" -> "ask_llm";
    "ask_requirement_assistant" -> "build_context";
    "ask_requirement_assistant" -> "build_prompt";
    "ask_requirement_assistant" -> "enumerate";
    "ask_requirement_assistant" -> "len";
    "ask_requirement_assistant" -> "print";
    "ask_requirement_assistant" -> "range";
    "ask_requirement_assistant" -> "retrieve_context";
    "build_context" -> "join";
    "build_prompt" -> "join";
    "build_relationship_graph" -> "append";
    "build_relationship_graph" -> "defaultdict";
    "build_relationship_graph" -> "dict";
    "classify_requirement" -> "any";
    "classify_requirement" -> "append";
    "classify_requirement" -> "lower";
    "extract_metadata" -> "any";
    "extract_metadata" -> "lower";
    "find_by_keyword" -> "lower";
    "find_by_product" -> "upper";
    "find_by_type" -> "upper";
    "format_datetime" -> "strftime";
    "generate_acceptance_criteria" -> "append";
    "generate_acceptance_criteria" -> "lower";
    "get_children" -> "get";
    "get_vector_db" -> "Chroma";
    "get_vector_db" -> "HuggingFaceEmbeddings";
    "load_requirements" -> "Path";
    "load_requirements" -> "Requirement";
    "load_requirements" -> "append";
    "load_requirements" -> "extend";
    "load_requirements" -> "get";
    "load_requirements" -> "isinstance";
    "load_requirements" -> "keys";
    "load_requirements" -> "open";
    "load_requirements" -> "rglob";
    "load_requirements" -> "safe_load";
    "load_requirements" -> "split";
    "load_requirements" -> "strip";
+     "main" -> "AICodeAssistantReport";
+     "main" -> "AICodeAssistantService";
    "main" -> "AdvancedArchitectureAnalysisService";
    "main" -> "AdvancedArchitectureReport";
    "main" -> "ArchitectureMetricsReport";
    "main" -> "ArchitectureMetricsService";
    "main" -> "BoundaryValueGenerator";
    "main" -> "ClassBuilder";
    "main" -> "ClassDependencyAnalysisService";
    "main" -> "ClassDependencyReport";
    "main" -> "ClassVisitor";
    "main" -> "CodeIntelligenceQueryReport";
    "main" -> "CodeIntelligenceQueryService";
    "main" -> "CodeModel";
    "main" -> "CodeModelBuilder";
    "main" -> "CodeRepository";
    "main" -> "CodeService";
    "main" -> "DecisionTableGenerator";
    "main" -> "DependencyAnalysisService";
    "main" -> "DependencyReport";
    "main" -> "DependencyService";
    "main" -> "DependencyVisualizationService";
    "main" -> "FunctionBuilder";
    "main" -> "FunctionVisitor";
    "main" -> "GraphTraversalReport";
    "main" -> "GraphTraversalService";
    "main" -> "ImpactAnalysisReport";
    "main" -> "ImpactAnalysisService";
    "main" -> "ImportVisitor";
    "main" -> "MethodBuilder";
    "main" -> "MethodVisitor";
    "main" -> "ModuleBuilder";
    "main" -> "Path";
    "main" -> "ProjectAnalysisService";
    "main" -> "PythonASTParser";
    "main" -> "RelationshipQueryReport";
    "main" -> "RelationshipQueryService";
    "main" -> "ReportFormatter";
    "main" -> "Requirement";
    "main" -> "SearchService";
    "main" -> "TestDesignEngine";
    "main" -> "analyze";
    "main" -> "analyze_impact";
    "main" -> "analyze_project";
    "main" -> "append";
    "main" -> "build_class";
    "main" -> "build_code";
    "main" -> "build_function";
    "main" -> "build_method";
    "main" -> "build_module";
    "main" -> "enumerate";
    "main" -> "export_all";
    "main" -> "find_class";
    "main" -> "generate";
    "main" -> "get";
    "main" -> "get_code_model";
    "main" -> "get_dependencies";
    "main" -> "get_functions";
    "main" -> "get_methods";
    "main" -> "input";
    "main" -> "items";
    "main" -> "len";
    "main" -> "load";
    "main" -> "parse";
    "main" -> "print";
    "main" -> "print_boundary_cases";
    "main" -> "print_decision_tables";
    "main" -> "print_report";
    "main" -> "print_scenarios";
    "main" -> "save";
    "main" -> "sorted";
    "main" -> "visit";
    "print_graph" -> "items";
    "print_graph" -> "print";
    "retrieve_context" -> "encode";
    "retrieve_context" -> "get_vector_db";
    "retrieve_context" -> "query";
    "retrieve_context" -> "similarity_search";
    "retrieve_context" -> "tolist";
    "semantic_search" -> "encode";
    "semantic_search" -> "query";
    "semantic_search" -> "tolist";
    "store_requirement" -> "add";
    "store_requirement" -> "encode";
    "store_requirement" -> "tolist";
    "summarize_requirement" -> "len";
    "test_age_boundary" -> "BoundaryValueGenerator";
    "test_age_boundary" -> "generate";
    "test_age_boundary" -> "len";
    "test_age_boundary" -> "print";
    "test_password_boundary" -> "BoundaryValueGenerator";
    "test_password_boundary" -> "generate";
    "test_password_boundary" -> "len";
    "test_password_boundary" -> "print";
    "test_quantity_boundary" -> "BoundaryValueGenerator";
    "test_quantity_boundary" -> "generate";
    "test_quantity_boundary" -> "len";
    "test_quantity_boundary" -> "print";
}
